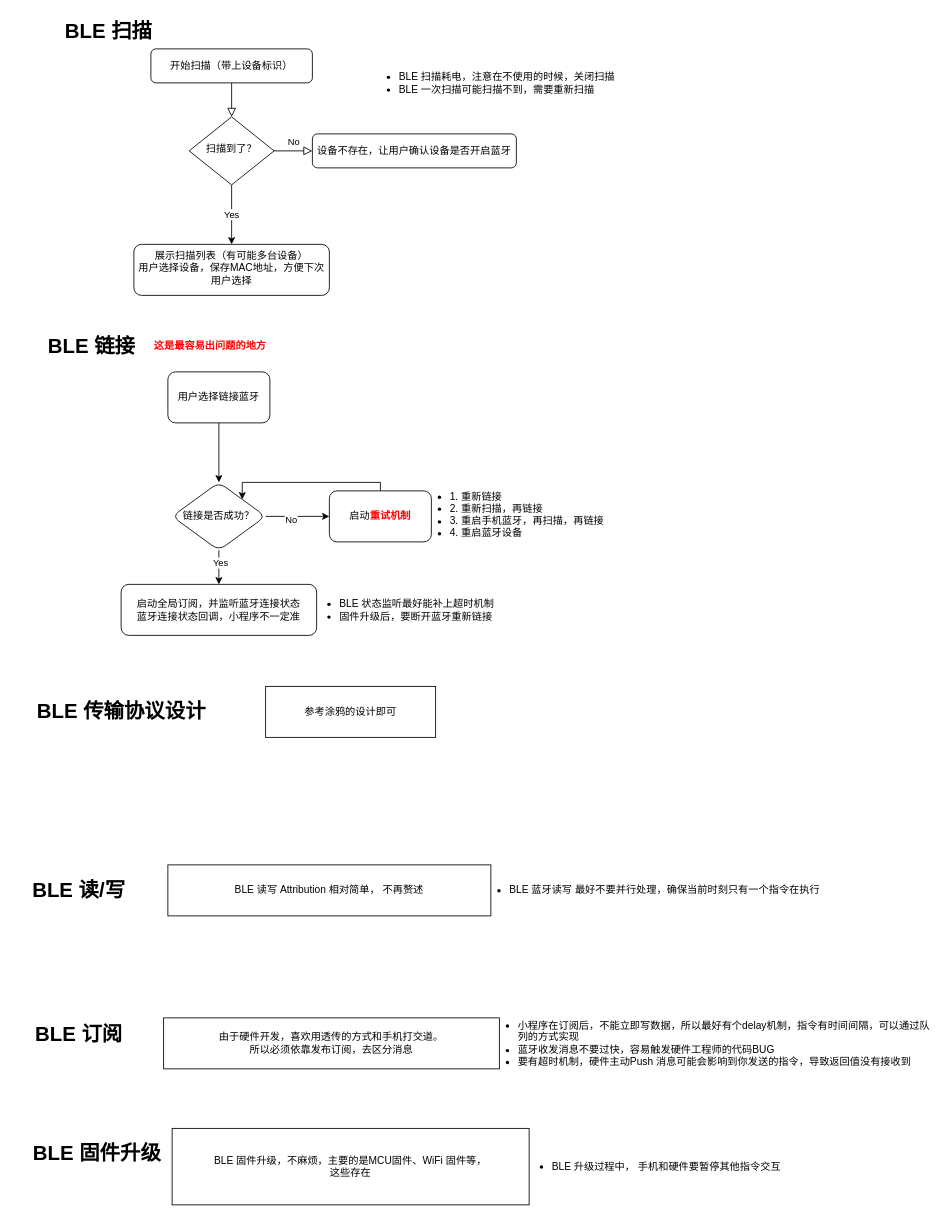
Above: ble.drawio in timzaak/blog (draw.io), before the change. Source tidied: cells renumbered, new cells numbered last; positions are measured from the earlier drawing's top-left corner, leaving out a move shared by most shapes. Both pictures are drawn from the tidied source at 85%, with x=0, y=0 at pixel (14, 14).
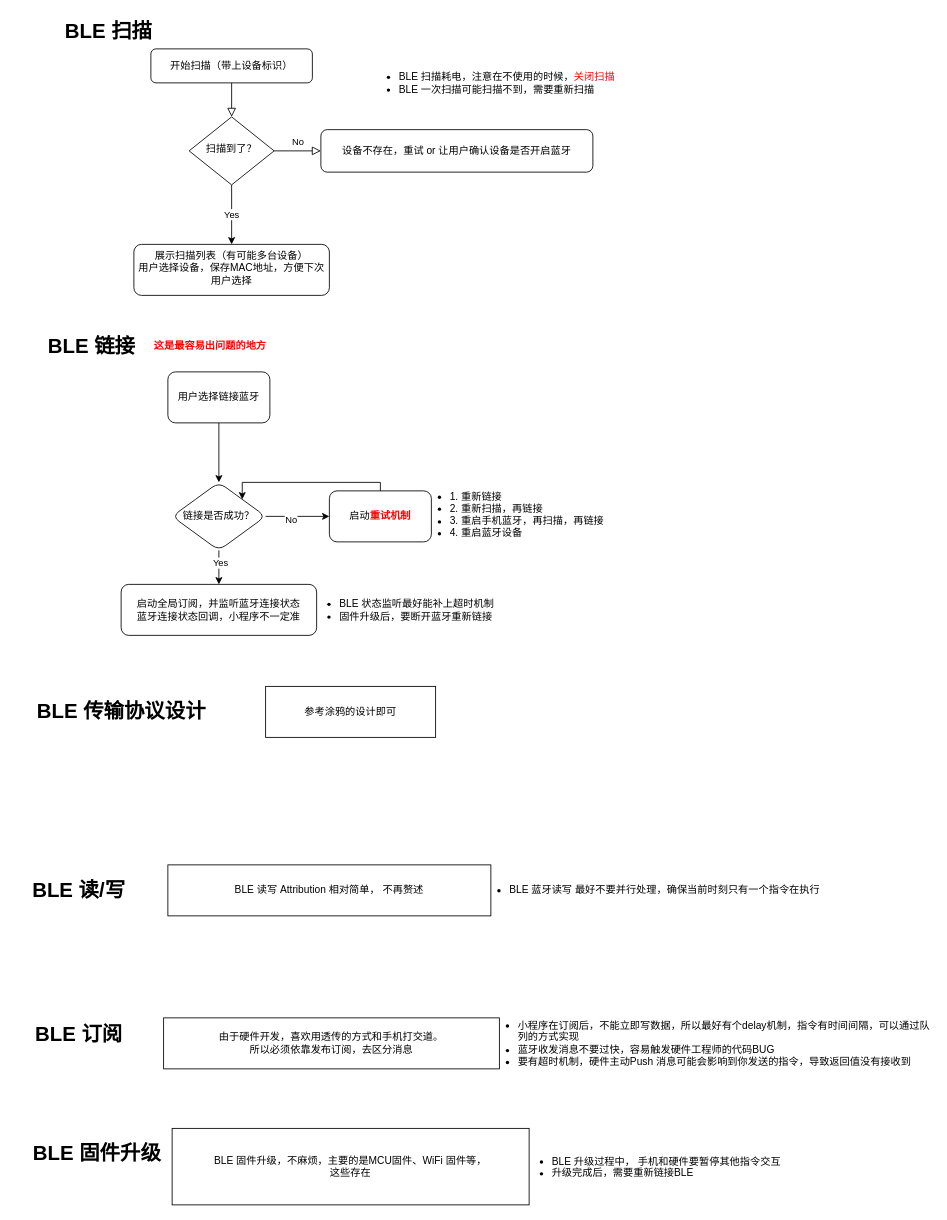
Above is the later version.

What changed in the source:
```diff
@@
-    <mxCell id="8" value="设备不存在，让用户确认设备是否开启蓝牙" style="rounded=1;whiteSpace=wrap;html=1;fontSize=12;glass=0;strokeWidth=1;shadow=0;" parent="1" vertex="1">
-      <mxGeometry x="350" y="140" width="240" height="40" as="geometry" />
+    <mxCell id="8" value="设备不存在，重试 or 让用户确认设备是否开启蓝牙" style="rounded=1;whiteSpace=wrap;html=1;fontSize=12;glass=0;strokeWidth=1;shadow=0;" parent="1" vertex="1">
+      <mxGeometry x="360" y="135" width="320" height="50" as="geometry" />
     </mxCell>
@@
-    <mxCell id="11" value="&lt;ul&gt;&lt;li&gt;BLE 扫描耗电，注意在不使用的时候，关闭扫描&lt;/li&gt;&lt;li&gt;BLE 一次扫描可能扫描不到，需要重新扫描&lt;/li&gt;&lt;/ul&gt;" style="text;strokeColor=none;fillColor=none;html=1;whiteSpace=wrap;verticalAlign=middle;overflow=hidden;" parent="1" vertex="1">
+    <mxCell id="11" value="&lt;ul&gt;&lt;li&gt;BLE 扫描耗电，注意在不使用的时候，&lt;font color=&quot;#ff0000&quot;&gt;关闭扫描&lt;/font&gt;&lt;/li&gt;&lt;li&gt;BLE 一次扫描可能扫描不到，需要重新扫描&lt;/li&gt;&lt;/ul&gt;" style="text;strokeColor=none;fillColor=none;html=1;whiteSpace=wrap;verticalAlign=middle;overflow=hidden;" parent="1" vertex="1">
       <mxGeometry x="410" y="30" width="320" height="100" as="geometry" />
     </mxCell>
@@
-    <mxCell id="36" value="&lt;ul&gt;&lt;li&gt;BLE 升级过程中， 手机和硬件要暂停其他指令交互&lt;/li&gt;&lt;/ul&gt;" style="text;strokeColor=none;fillColor=none;html=1;whiteSpace=wrap;verticalAlign=middle;overflow=hidden;" parent="1" vertex="1">
+    <mxCell id="36" value="&lt;ul&gt;&lt;li&gt;BLE 升级过程中， 手机和硬件要暂停其他指令交互&lt;/li&gt;&lt;li&gt;升级完成后，需要重新链接BLE&lt;/li&gt;&lt;/ul&gt;" style="text;strokeColor=none;fillColor=none;html=1;whiteSpace=wrap;verticalAlign=middle;overflow=hidden;" parent="1" vertex="1">
       <mxGeometry x="590" y="1327.5" width="350" height="55" as="geometry" />
     </mxCell>
```
